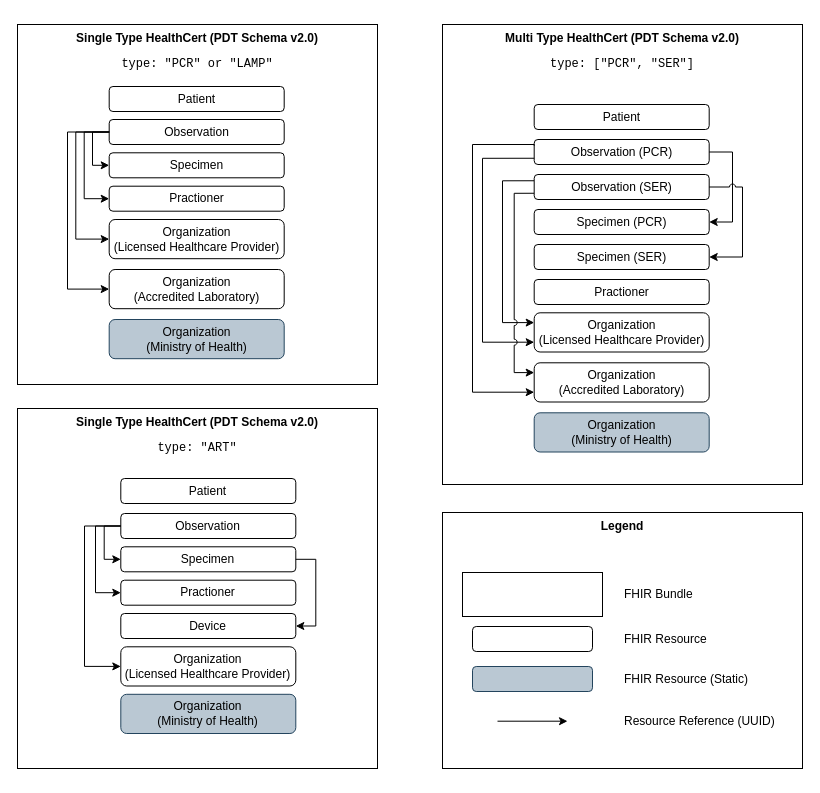
Before: docs/images/fhir-bundle-diagram.drawio in Notarise-gov-sg/api-notarise-healthcerts, a draw.io diagram. Source tidied: cells renumbered, new cells numbered last; positions are measured from the earlier drawing's top-left corner, leaving out a move shared by most shapes. Both pictures are drawn from the tidied source at 100%, with x=0, y=0 at pixel (17, 24).
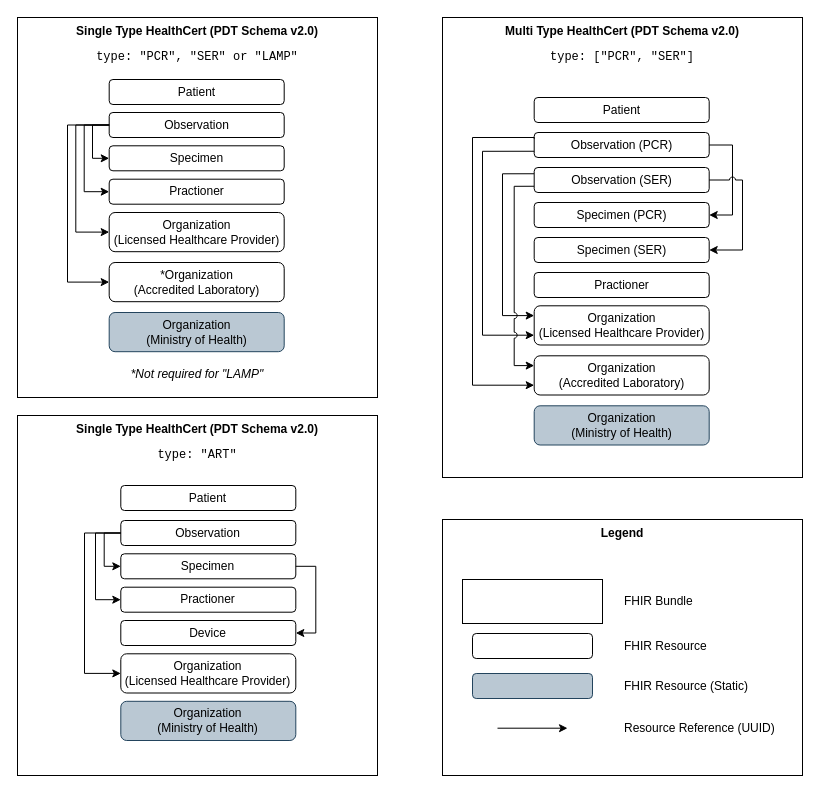
Above is the later version.

Commit message (it also covers changes not shown here):
fix: remove requirement of accredited laboratory for lamp healthcerts (#589)

What changed in the source:
```diff
@@
     <mxCell id="2" style="group;fillColor=#bac8d3;strokeColor=#23445d;" parent="1" vertex="1">
-      <mxGeometry x="425" width="360" height="460" as="geometry" />
+      <mxGeometry x="425" y="-7" width="360" height="460" as="geometry" />
     </mxCell>
@@
     <mxCell id="19" style="group;" parent="1" vertex="1">
-      <mxGeometry width="360" height="360" as="geometry" />
+      <mxGeometry y="-7" width="360" height="380" as="geometry" />
     </mxCell>
-    <mxCell id="20" value="Single Type HealthCert (PDT Schema v2.0)&lt;br&gt;&lt;pre&gt;&lt;span style=&quot;font-weight: normal&quot;&gt;type: &quot;PCR&quot; or &quot;LAMP&quot;&lt;/span&gt;&lt;/pre&gt;" style="rounded=0;whiteSpace=wrap;html=1;verticalAlign=top;fontStyle=1;" parent="19" vertex="1">
-      <mxGeometry width="360" height="360" as="geometry" />
+    <mxCell id="20" value="Single Type HealthCert (PDT Schema v2.0)&lt;br&gt;&lt;pre&gt;&lt;span style=&quot;font-weight: normal&quot;&gt;type: &quot;PCR&quot;, &quot;SER&quot; or &quot;LAMP&quot;&lt;/span&gt;&lt;/pre&gt;" style="rounded=0;whiteSpace=wrap;html=1;verticalAlign=top;fontStyle=1;" parent="19" vertex="1">
+      <mxGeometry width="360" height="380" as="geometry" />
     </mxCell>
@@
-    <mxCell id="27" value="Organization&lt;br&gt;(Accredited Laboratory)" style="rounded=1;whiteSpace=wrap;html=1;verticalAlign=middle;" parent="19" vertex="1">
+    <mxCell id="27" value="*Organization&lt;br&gt;(Accredited Laboratory)" style="rounded=1;whiteSpace=wrap;html=1;verticalAlign=middle;" parent="19" vertex="1">
       <mxGeometry x="91.7" y="245" width="175" height="39.2" as="geometry" />
     </mxCell>
@@
+    <mxCell id="55" value="&lt;i&gt;*Not required for &quot;LAMP&quot;&lt;/i&gt;" style="text;html=1;strokeColor=none;fillColor=none;align=center;verticalAlign=middle;whiteSpace=wrap;rounded=0;" parent="19" vertex="1">
+      <mxGeometry x="100" y="342" width="160" height="30" as="geometry" />
+    </mxCell>
     <mxCell id="32" style="group;" parent="1" vertex="1">
-      <mxGeometry y="384" width="360" height="360" as="geometry" />
+      <mxGeometry y="391" width="360" height="360" as="geometry" />
     </mxCell>
@@
     <mxCell id="45" style="group;" parent="1" vertex="1">
-      <mxGeometry x="425" y="488" width="360" height="256" as="geometry" />
+      <mxGeometry x="425" y="495" width="360" height="256" as="geometry" />
     </mxCell>
```
